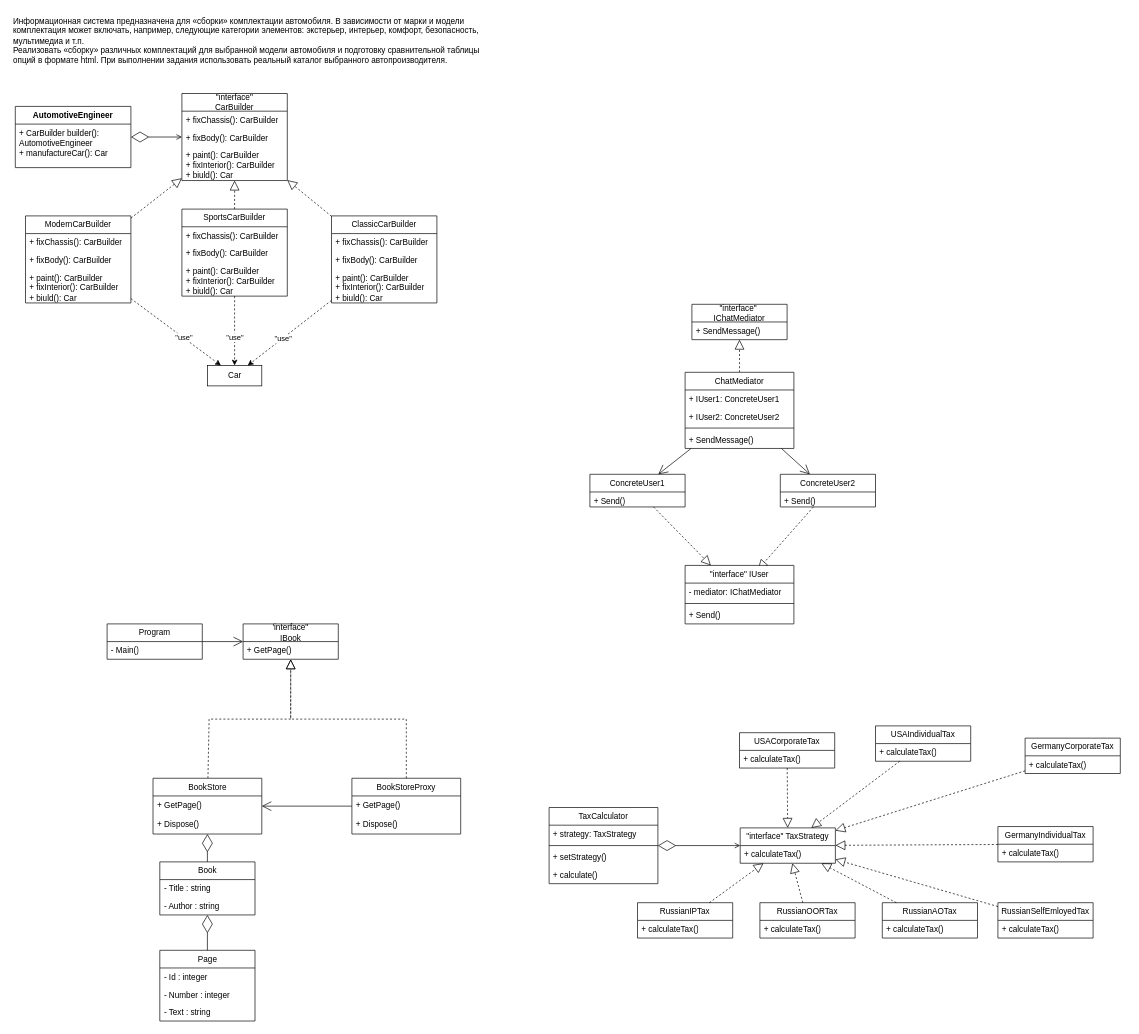
The draw.io diagram page "2 семестр" (2 of 3) of fist.lab.drawio in veradel/BEAUTY_GLAMOUR_932220, before the edit. Source tidied: cells renumbered, new cells numbered last; positions are measured from the earlier drawing's top-left corner, leaving out a move shared by most shapes. Both pictures are drawn from the tidied source at 68%, with x=0, y=0 at pixel (12, 12).
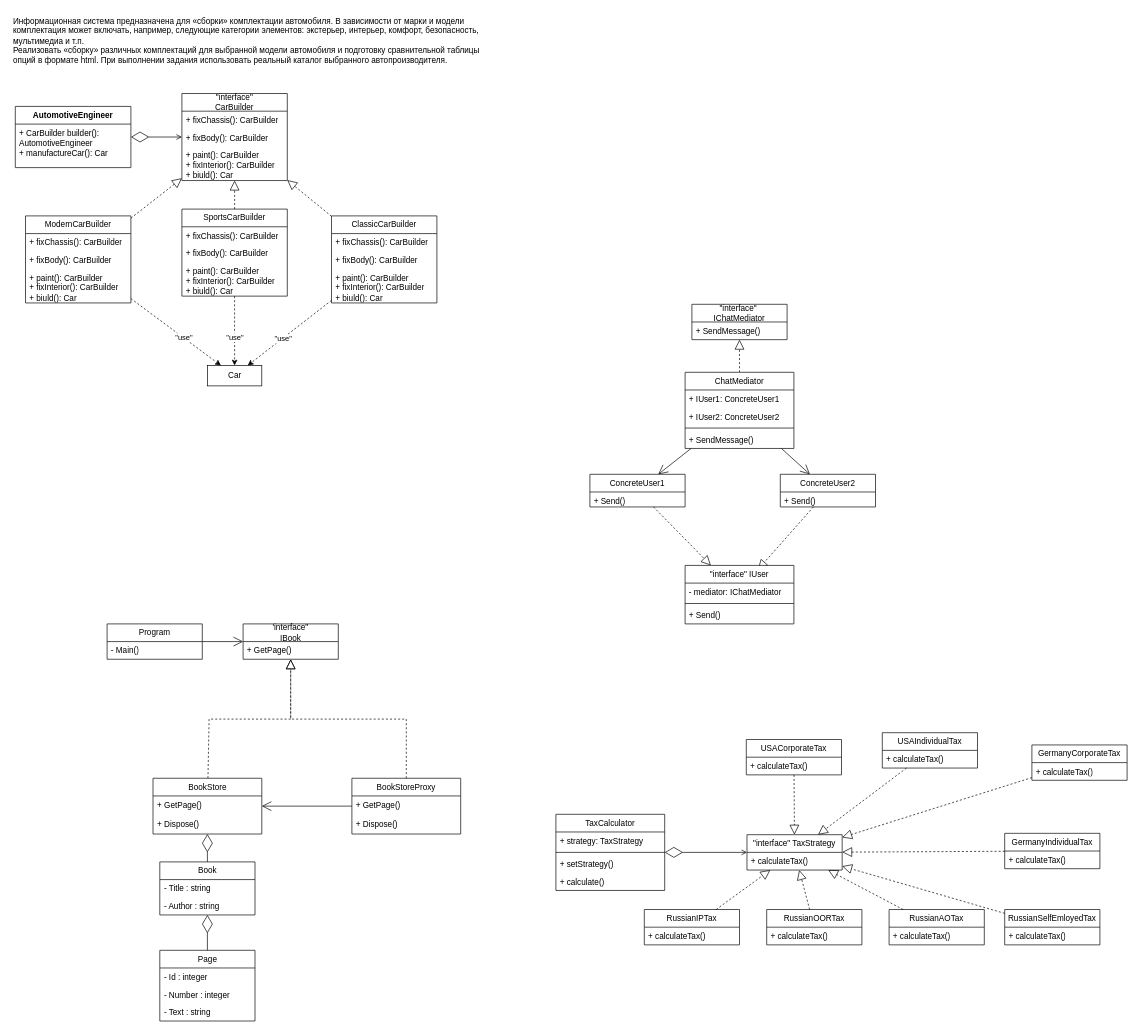
After the change.

Diff of the diagram source:
```diff
@@
     <mxCell id="75" value="&quot;interface&quot; TaxStrategy" style="swimlane;fontStyle=0;horizontal=1;startSize=26;fillColor=none;whiteSpace=wrap;html=1;" parent="1" vertex="1">
-      <mxGeometry x="1071" y="1200" width="140" height="52" as="geometry" />
+      <mxGeometry x="1081" y="1210" width="140" height="52" as="geometry" />
     </mxCell>
-    <mxCell id="76" value="+ calculateTax()" style="text;strokeColor=none;fillColor=none;align=left;verticalAlign=top;spacingLeft=4;spacingRight=4;overflow=hidden;whiteSpace=wrap;html=1;" parent="75" vertex="1">
-      <mxGeometry y="26" width="140" height="26" as="geometry" />
-    </mxCell>
+    <mxCell id="107" value="+ calculateTax()" style="text;strokeColor=none;fillColor=none;align=left;verticalAlign=top;spacingLeft=4;spacingRight=4;overflow=hidden;whiteSpace=wrap;html=1;" parent="75" vertex="1">
+      <mxGeometry y="26" width="140" height="26" as="geometry" />
+    </mxCell>
     <mxCell id="77" value="RussianIPTax" style="swimlane;fontStyle=0;horizontal=1;startSize=26;fillColor=none;whiteSpace=wrap;html=1;" parent="1" vertex="1">
-      <mxGeometry x="920" y="1310" width="140" height="52" as="geometry" />
+      <mxGeometry x="930" y="1320" width="140" height="52" as="geometry" />
     </mxCell>
-    <mxCell id="78" value="+ calculateTax()" style="text;strokeColor=none;fillColor=none;align=left;verticalAlign=top;spacingLeft=4;spacingRight=4;overflow=hidden;whiteSpace=wrap;html=1;" parent="77" vertex="1">
-      <mxGeometry y="26" width="140" height="26" as="geometry" />
-    </mxCell>
+    <mxCell id="108" value="+ calculateTax()" style="text;strokeColor=none;fillColor=none;align=left;verticalAlign=top;spacingLeft=4;spacingRight=4;overflow=hidden;whiteSpace=wrap;html=1;" parent="77" vertex="1">
+      <mxGeometry y="26" width="140" height="26" as="geometry" />
+    </mxCell>
     <mxCell id="79" value="RussianOORTax" style="swimlane;fontStyle=0;horizontal=1;startSize=26;fillColor=none;whiteSpace=wrap;html=1;" parent="1" vertex="1">
-      <mxGeometry x="1100" y="1310" width="140" height="52" as="geometry" />
+      <mxGeometry x="1110" y="1320" width="140" height="52" as="geometry" />
     </mxCell>
-    <mxCell id="80" value="+ calculateTax()" style="text;strokeColor=none;fillColor=none;align=left;verticalAlign=top;spacingLeft=4;spacingRight=4;overflow=hidden;whiteSpace=wrap;html=1;" parent="79" vertex="1">
-      <mxGeometry y="26" width="140" height="26" as="geometry" />
-    </mxCell>
+    <mxCell id="109" value="+ calculateTax()" style="text;strokeColor=none;fillColor=none;align=left;verticalAlign=top;spacingLeft=4;spacingRight=4;overflow=hidden;whiteSpace=wrap;html=1;" parent="79" vertex="1">
+      <mxGeometry y="26" width="140" height="26" as="geometry" />
+    </mxCell>
     <mxCell id="81" value="RussianAOTax" style="swimlane;fontStyle=0;horizontal=1;startSize=26;fillColor=none;whiteSpace=wrap;html=1;" parent="1" vertex="1">
-      <mxGeometry x="1280" y="1310" width="140" height="52" as="geometry" />
+      <mxGeometry x="1290" y="1320" width="140" height="52" as="geometry" />
     </mxCell>
-    <mxCell id="82" value="+ calculateTax()" style="text;strokeColor=none;fillColor=none;align=left;verticalAlign=top;spacingLeft=4;spacingRight=4;overflow=hidden;whiteSpace=wrap;html=1;" parent="81" vertex="1">
-      <mxGeometry y="26" width="140" height="26" as="geometry" />
-    </mxCell>
+    <mxCell id="110" value="+ calculateTax()" style="text;strokeColor=none;fillColor=none;align=left;verticalAlign=top;spacingLeft=4;spacingRight=4;overflow=hidden;whiteSpace=wrap;html=1;" parent="81" vertex="1">
+      <mxGeometry y="26" width="140" height="26" as="geometry" />
+    </mxCell>
     <mxCell id="83" value="RussianSelfEmloyedTax" style="swimlane;fontStyle=0;horizontal=1;startSize=26;fillColor=none;whiteSpace=wrap;html=1;" parent="1" vertex="1">
-      <mxGeometry x="1450" y="1310" width="140" height="52" as="geometry" />
+      <mxGeometry x="1460" y="1320" width="140" height="52" as="geometry" />
     </mxCell>
-    <mxCell id="84" value="+ calculateTax()" style="text;strokeColor=none;fillColor=none;align=left;verticalAlign=top;spacingLeft=4;spacingRight=4;overflow=hidden;whiteSpace=wrap;html=1;" parent="83" vertex="1">
-      <mxGeometry y="26" width="140" height="26" as="geometry" />
-    </mxCell>
+    <mxCell id="111" value="+ calculateTax()" style="text;strokeColor=none;fillColor=none;align=left;verticalAlign=top;spacingLeft=4;spacingRight=4;overflow=hidden;whiteSpace=wrap;html=1;" parent="83" vertex="1">
+      <mxGeometry y="26" width="140" height="26" as="geometry" />
+    </mxCell>
     <mxCell id="85" value="USACorporateTax" style="swimlane;fontStyle=0;horizontal=1;startSize=26;fillColor=none;whiteSpace=wrap;html=1;" parent="1" vertex="1">
-      <mxGeometry x="1070" y="1060" width="140" height="52" as="geometry" />
+      <mxGeometry x="1080" y="1070" width="140" height="52" as="geometry" />
     </mxCell>
-    <mxCell id="86" value="+ calculateTax()" style="text;strokeColor=none;fillColor=none;align=left;verticalAlign=top;spacingLeft=4;spacingRight=4;overflow=hidden;whiteSpace=wrap;html=1;" parent="85" vertex="1">
-      <mxGeometry y="26" width="140" height="26" as="geometry" />
-    </mxCell>
+    <mxCell id="112" value="+ calculateTax()" style="text;strokeColor=none;fillColor=none;align=left;verticalAlign=top;spacingLeft=4;spacingRight=4;overflow=hidden;whiteSpace=wrap;html=1;" parent="85" vertex="1">
+      <mxGeometry y="26" width="140" height="26" as="geometry" />
+    </mxCell>
     <mxCell id="87" value="USAIndividualTax" style="swimlane;fontStyle=0;horizontal=1;startSize=26;fillColor=none;whiteSpace=wrap;html=1;" parent="1" vertex="1">
-      <mxGeometry x="1270" y="1050" width="140" height="52" as="geometry" />
+      <mxGeometry x="1280" y="1060" width="140" height="52" as="geometry" />
     </mxCell>
-    <mxCell id="88" value="+ calculateTax()" style="text;strokeColor=none;fillColor=none;align=left;verticalAlign=top;spacingLeft=4;spacingRight=4;overflow=hidden;whiteSpace=wrap;html=1;" parent="87" vertex="1">
-      <mxGeometry y="26" width="140" height="26" as="geometry" />
-    </mxCell>
+    <mxCell id="113" value="+ calculateTax()" style="text;strokeColor=none;fillColor=none;align=left;verticalAlign=top;spacingLeft=4;spacingRight=4;overflow=hidden;whiteSpace=wrap;html=1;" parent="87" vertex="1">
+      <mxGeometry y="26" width="140" height="26" as="geometry" />
+    </mxCell>
     <mxCell id="89" value="GermanyCorporateTax" style="swimlane;fontStyle=0;horizontal=1;startSize=26;fillColor=none;whiteSpace=wrap;html=1;" parent="1" vertex="1">
-      <mxGeometry x="1490" y="1068" width="140" height="52" as="geometry" />
+      <mxGeometry x="1500" y="1078" width="140" height="52" as="geometry" />
     </mxCell>
-    <mxCell id="90" value="+ calculateTax()" style="text;strokeColor=none;fillColor=none;align=left;verticalAlign=top;spacingLeft=4;spacingRight=4;overflow=hidden;whiteSpace=wrap;html=1;" parent="89" vertex="1">
-      <mxGeometry y="26" width="140" height="26" as="geometry" />
-    </mxCell>
+    <mxCell id="114" value="+ calculateTax()" style="text;strokeColor=none;fillColor=none;align=left;verticalAlign=top;spacingLeft=4;spacingRight=4;overflow=hidden;whiteSpace=wrap;html=1;" parent="89" vertex="1">
+      <mxGeometry y="26" width="140" height="26" as="geometry" />
+    </mxCell>
     <mxCell id="91" value="GermanyIndividualTax" style="swimlane;fontStyle=0;horizontal=1;startSize=26;fillColor=none;whiteSpace=wrap;html=1;" parent="1" vertex="1">
-      <mxGeometry x="1450" y="1198" width="140" height="52" as="geometry" />
+      <mxGeometry x="1460" y="1208" width="140" height="52" as="geometry" />
     </mxCell>
-    <mxCell id="92" value="+ calculateTax()" style="text;strokeColor=none;fillColor=none;align=left;verticalAlign=top;spacingLeft=4;spacingRight=4;overflow=hidden;whiteSpace=wrap;html=1;" parent="91" vertex="1">
-      <mxGeometry y="26" width="140" height="26" as="geometry" />
-    </mxCell>
+    <mxCell id="115" value="+ calculateTax()" style="text;strokeColor=none;fillColor=none;align=left;verticalAlign=top;spacingLeft=4;spacingRight=4;overflow=hidden;whiteSpace=wrap;html=1;" parent="91" vertex="1">
+      <mxGeometry y="26" width="140" height="26" as="geometry" />
+    </mxCell>
@@
     <mxCell id="101" value="&lt;span style=&quot;font-weight: 400;&quot;&gt;TaxCalculator&lt;/span&gt;" style="swimlane;fontStyle=1;align=center;verticalAlign=top;horizontal=1;startSize=26;whiteSpace=wrap;html=1;" parent="1" vertex="1">
-      <mxGeometry x="790" y="1170" width="160" height="112" as="geometry" />
+      <mxGeometry x="800" y="1180" width="160" height="112" as="geometry" />
     </mxCell>
```
